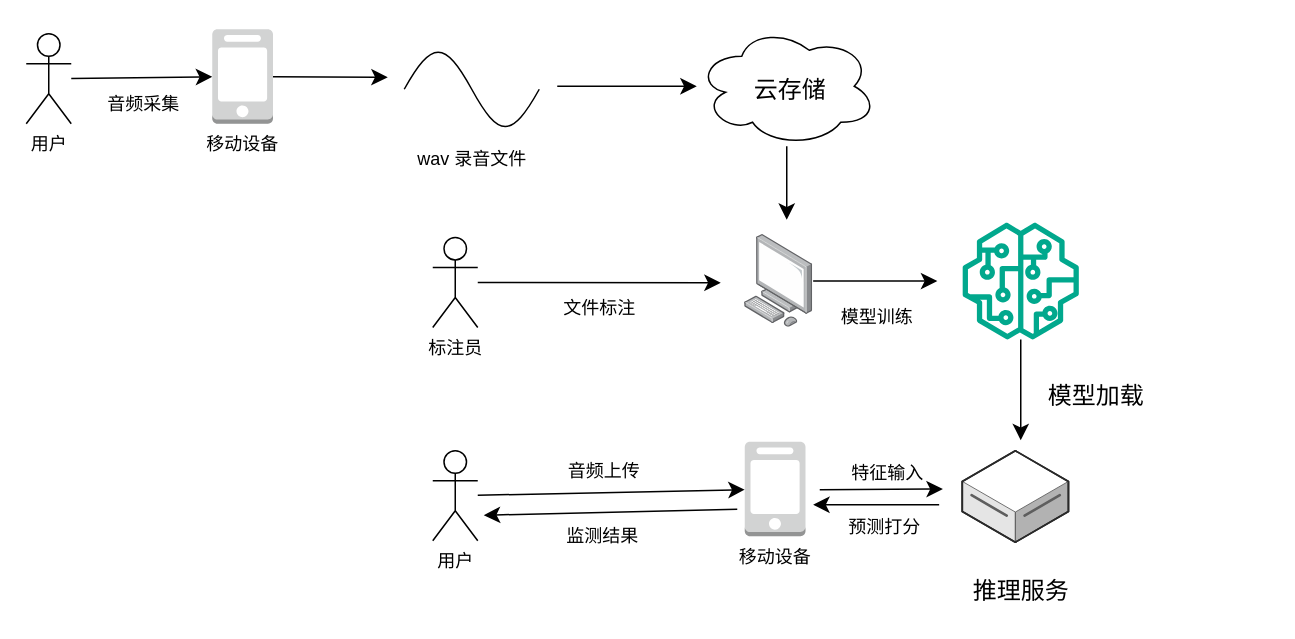
The draw.io diagram collect.drawio in linsheng9731/4less1, before the edit. Source tidied: cells renumbered, new cells numbered last; positions are measured from the earlier drawing's top-left corner, leaving out a move shared by most shapes. Both pictures are drawn from the tidied source at 150%, with x=0, y=0 at pixel (26, 26).
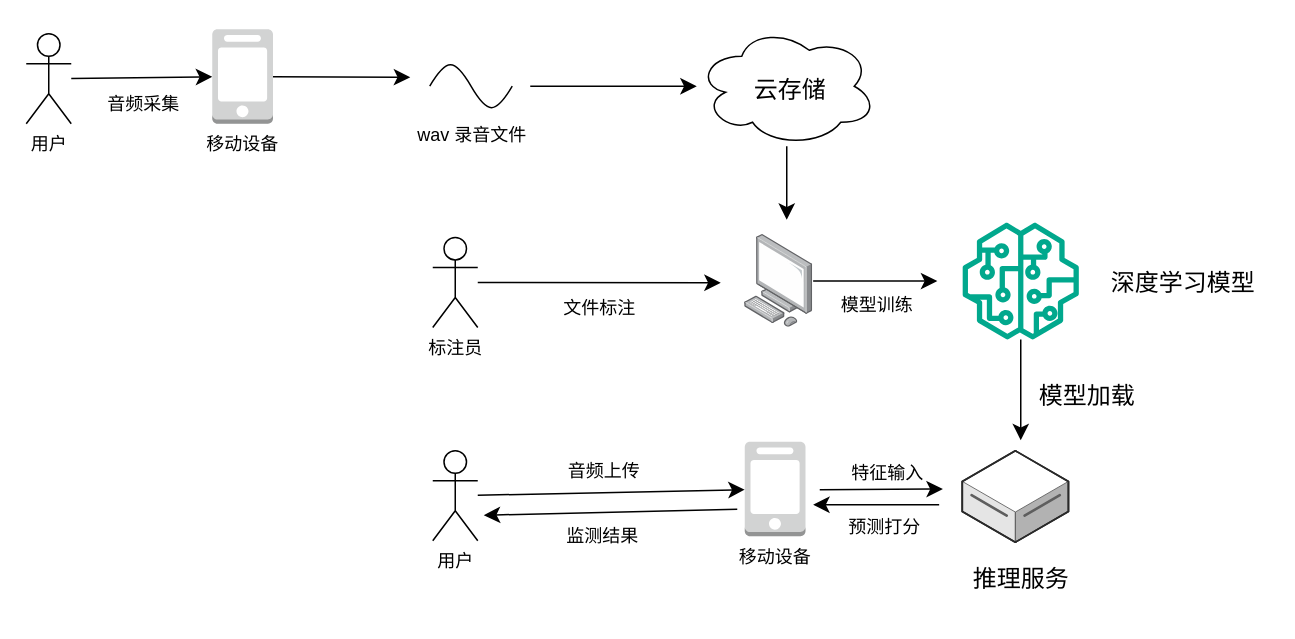
After the change.

The change refers to these unchanged cells:
```xml
<mxCell id="6" value="移动设备" style="outlineConnect=0;dashed=0;verticalLabelPosition=bottom;verticalAlign=top;align=center;html=1;shape=mxgraph.aws3.mobile_client;fillColor=#D2D3D3;gradientColor=none;" parent="1" vertex="1">
  <mxGeometry x="124" y="2" width="40.5" height="63" as="geometry" />
</mxCell>
<mxCell id="11" style="ellipse;shape=cloud;whiteSpace=wrap;html=1;verticalAlign=top;shadow=0;dashed=0;" parent="1" vertex="1">
  <mxGeometry x="447" width="120" height="80" as="geometry" />
</mxCell>
<mxCell id="16" style="edgeStyle=none;curved=1;rounded=0;jettySize=auto;html=1;fontSize=12;startSize=8;endSize=8;" parent="1" edge="1" source="18">
  <mxGeometry relative="1" as="geometry">
    <mxPoint x="607.4" y="169.9" as="targetPoint" />
  </mxGeometry>
</mxCell>
```

What changed in the source:
```diff
@@
     <mxCell id="5" style="edgeStyle=none;curved=1;rounded=0;jettySize=auto;html=1;fontSize=12;startSize=8;endSize=8;" parent="1" edge="1" source="6">
       <mxGeometry relative="1" as="geometry">
-        <mxPoint x="241" y="34" as="targetPoint" />
+        <mxPoint x="256" y="34" as="targetPoint" />
       </mxGeometry>
     </mxCell>
@@
     <mxCell id="8" style="edgeStyle=none;curved=1;rounded=0;jettySize=auto;html=1;fontSize=12;startSize=8;endSize=8;" parent="1" edge="1" target="11">
       <mxGeometry relative="1" as="geometry">
-        <mxPoint x="354" y="40" as="sourcePoint" />
+        <mxPoint x="336" y="40" as="sourcePoint" />
       </mxGeometry>
     </mxCell>
     <mxCell id="9" value="wav 录音文件" style="verticalLabelPosition=bottom;shadow=0;dashed=0;align=center;html=1;verticalAlign=top;shape=mxgraph.electrical.waveforms.sine_wave;" parent="1" vertex="1">
-      <mxGeometry x="252" y="9" width="90" height="66.2" as="geometry" />
+      <mxGeometry x="269" y="20.9" width="55" height="38.2" as="geometry" />
     </mxCell>
@@
     <mxCell id="17" value="模型训练" style="edgeLabel;html=1;align=center;verticalAlign=middle;fontSize=12;" parent="16" vertex="1">
       <mxGeometry x="-0.24" y="2" relative="1" as="geometry">
-        <mxPoint x="11" y="26" as="offset" />
+        <mxPoint x="11" y="18" as="offset" />
       </mxGeometry>
     </mxCell>
@@
     <mxCell id="28" value="推理服务" style="text;html=1;align=center;verticalAlign=middle;strokeColor=none;fillColor=none;fontSize=16;" parent="1" vertex="1">
-      <mxGeometry x="622" y="360" width="82" height="31" as="geometry" />
+      <mxGeometry x="622" y="352" width="82" height="31" as="geometry" />
     </mxCell>
     <mxCell id="29" value="模型加载" style="text;html=1;align=center;verticalAlign=middle;strokeColor=none;fillColor=none;fontSize=16;" parent="1" vertex="1">
-      <mxGeometry x="672" y="230" width="82" height="31" as="geometry" />
+      <mxGeometry x="666" y="230" width="82" height="31" as="geometry" />
     </mxCell>
@@
+    <mxCell id="34" value="深度学习模型" style="text;html=1;align=center;verticalAlign=middle;strokeColor=none;fillColor=none;fontSize=16;" parent="1" vertex="1">
+      <mxGeometry x="714" y="155.3" width="114" height="31" as="geometry" />
+    </mxCell>
```
